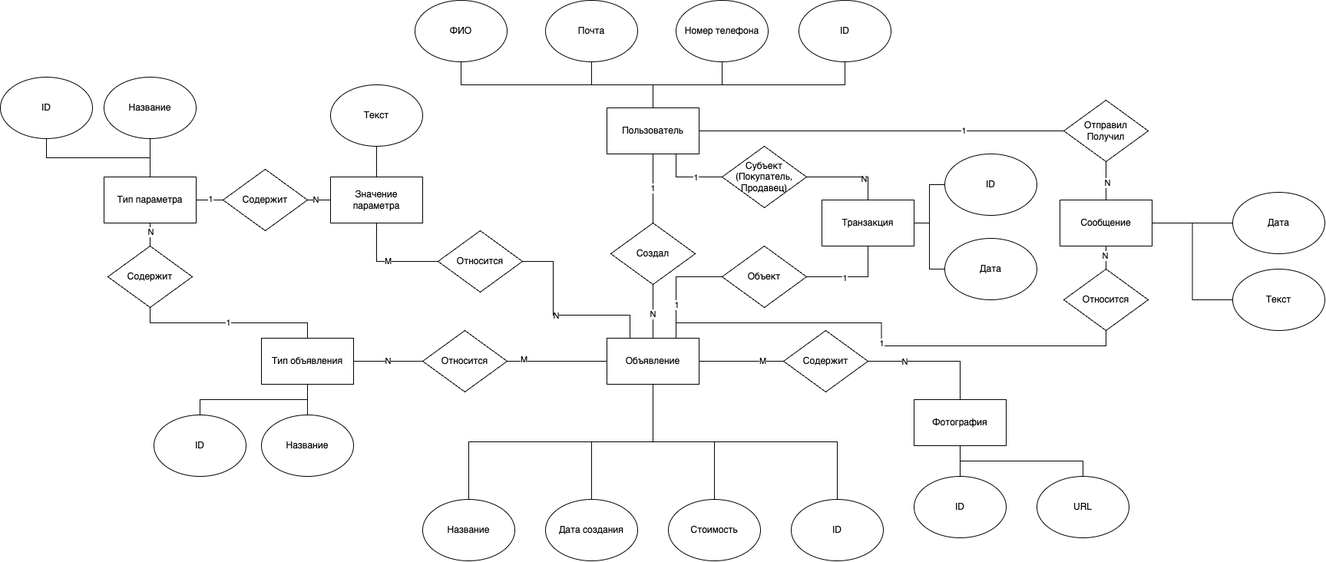
Above: docs/img/er.png in Holodome/maweituo (draw.io), before the change. Source tidied: cells renumbered, new cells last; positions are measured from the earlier drawing's top-left corner, leaving out a move shared by most shapes.
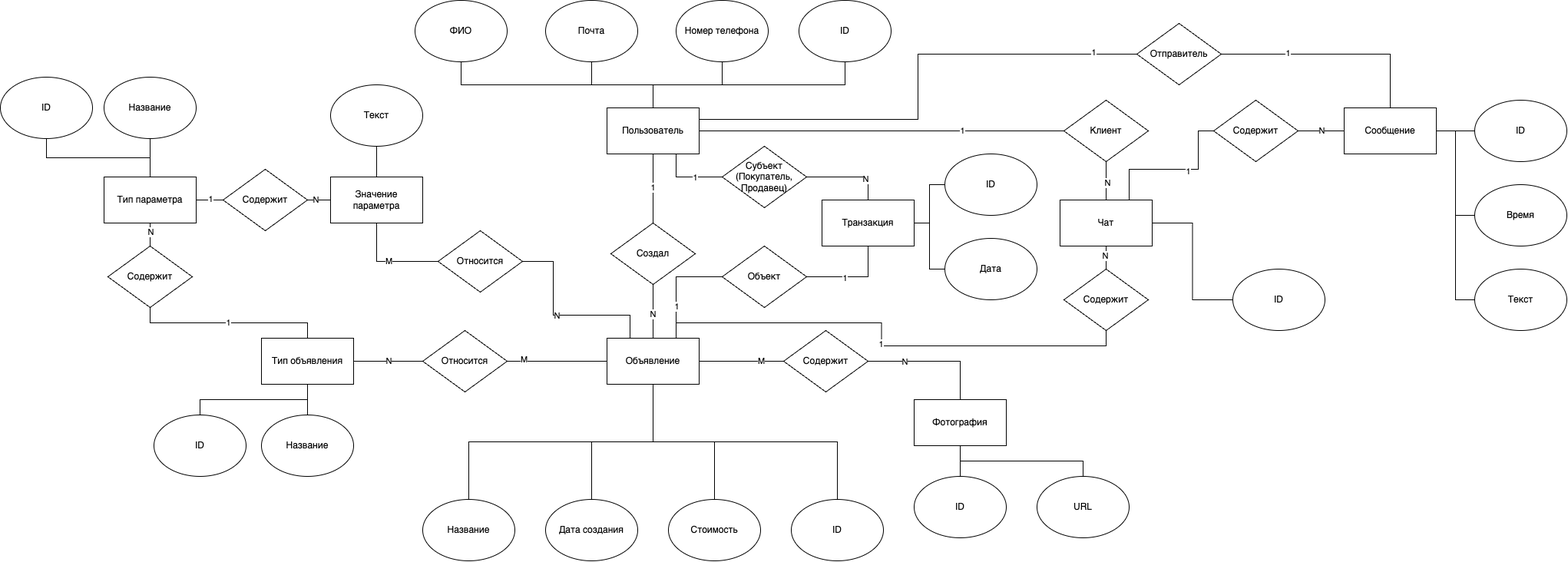
Above is the later version.

The edit, as a diff of the source:
```diff
@@ -17,6 +17,12 @@
     <mxCell id="6" value="1" style="edgeLabel;html=1;align=center;verticalAlign=middle;" parent="5" vertex="1">
       <mxGeometry x="0.2" relative="1" as="geometry" />
     </mxCell>
+    <mxCell id="94" style="edgeStyle=orthogonalEdgeStyle;rounded=0;html=1;exitX=1;exitY=0.25;exitDx=0;exitDy=0;entryX=0;entryY=0.5;entryDx=0;entryDy=0;endArrow=none;endFill=0;" parent="1" edge="1" source="7" target="109">
+      <mxGeometry relative="1" as="geometry" />
+    </mxCell>
+    <mxCell id="95" value="1" style="edgeLabel;html=1;align=center;verticalAlign=middle;" parent="94" vertex="1">
+      <mxGeometry x="0.82" y="3" relative="1" as="geometry" />
+    </mxCell>
     <mxCell id="7" value="Пользователь" style="rounded=0;whiteSpace=wrap;html=1;" parent="1" vertex="1">
       <mxGeometry x="790" y="140" width="120" height="60" as="geometry" />
     </mxCell>
@@ -155,7 +161,19 @@
     <mxCell id="50" value="URL" style="ellipse;whiteSpace=wrap;html=1;" parent="1" vertex="1">
       <mxGeometry x="1350" y="620" width="120" height="80" as="geometry" />
     </mxCell>
+    <mxCell id="96" style="edgeStyle=orthogonalEdgeStyle;html=1;exitX=0.75;exitY=0;exitDx=0;exitDy=0;entryX=0;entryY=0.5;entryDx=0;entryDy=0;rounded=0;endArrow=none;endFill=0;" parent="1" edge="1" source="51" target="99">
+      <mxGeometry relative="1" as="geometry">
+        <Array as="points">
+          <mxPoint x="1470" y="220" />
+          <mxPoint x="1560" y="220" />
+          <mxPoint x="1560" y="170" />
+        </Array>
+      </mxGeometry>
+    </mxCell>
+    <mxCell id="97" value="1" style="edgeLabel;html=1;align=center;verticalAlign=middle;" parent="96" vertex="1">
+      <mxGeometry x="0.16" y="-2" relative="1" as="geometry" />
+    </mxCell>
-    <mxCell id="51" value="Сообщение" style="rounded=0;whiteSpace=wrap;html=1;" parent="1" vertex="1">
+    <mxCell id="51" value="Чат" style="rounded=0;whiteSpace=wrap;html=1;" parent="1" vertex="1">
       <mxGeometry x="1380" y="260" width="120" height="60" as="geometry" />
     </mxCell>
     <mxCell id="52" style="edgeStyle=orthogonalEdgeStyle;rounded=0;jettySize=auto;html=1;exitX=0.5;exitY=1;exitDx=0;exitDy=0;entryX=0.5;entryY=0;entryDx=0;entryDy=0;endArrow=none;endFill=0;" parent="1" edge="1" source="54" target="51">
@@ -164,7 +182,7 @@
     <mxCell id="53" value="N" style="edgeLabel;html=1;align=center;verticalAlign=middle;" parent="52" vertex="1">
       <mxGeometry x="0.1" y="1" relative="1" as="geometry" />
     </mxCell>
-    <mxCell id="54" value="Отправил&lt;div&gt;Получил&lt;/div&gt;" style="rhombus;whiteSpace=wrap;html=1;" parent="1" vertex="1">
+    <mxCell id="54" value="Клиент" style="rhombus;whiteSpace=wrap;html=1;" parent="1" vertex="1">
       <mxGeometry x="1385" y="130" width="110" height="80" as="geometry" />
     </mxCell>
     <mxCell id="55" style="edgeStyle=orthogonalEdgeStyle;rounded=0;jettySize=auto;html=1;exitX=0.5;exitY=0;exitDx=0;exitDy=0;entryX=0.5;entryY=1;entryDx=0;entryDy=0;endArrow=none;endFill=0;" parent="1" edge="1" source="57" target="51">
@@ -173,21 +191,15 @@
     <mxCell id="56" value="N" style="edgeLabel;html=1;align=center;verticalAlign=middle;" parent="55" vertex="1">
       <mxGeometry x="0.24" y="2" relative="1" as="geometry" />
     </mxCell>
-    <mxCell id="57" value="Относится" style="rhombus;whiteSpace=wrap;html=1;" parent="1" vertex="1">
+    <mxCell id="57" value="Содержит" style="rhombus;whiteSpace=wrap;html=1;" parent="1" vertex="1">
       <mxGeometry x="1385" y="350" width="110" height="80" as="geometry" />
     </mxCell>
     <mxCell id="58" style="edgeStyle=orthogonalEdgeStyle;rounded=0;jettySize=auto;html=1;exitX=0;exitY=0.5;exitDx=0;exitDy=0;entryX=1;entryY=0.5;entryDx=0;entryDy=0;endArrow=none;endFill=0;" parent="1" edge="1" source="59" target="51">
       <mxGeometry relative="1" as="geometry" />
     </mxCell>
-    <mxCell id="59" value="Текст" style="ellipse;whiteSpace=wrap;html=1;" parent="1" vertex="1">
+    <mxCell id="59" value="ID" style="ellipse;whiteSpace=wrap;html=1;" parent="1" vertex="1">
       <mxGeometry x="1605" y="350" width="120" height="80" as="geometry" />
     </mxCell>
-    <mxCell id="60" style="edgeStyle=orthogonalEdgeStyle;rounded=0;jettySize=auto;html=1;exitX=0;exitY=0.5;exitDx=0;exitDy=0;entryX=1;entryY=0.5;entryDx=0;entryDy=0;endArrow=none;endFill=0;" parent="1" edge="1" source="61" target="51">
-      <mxGeometry relative="1" as="geometry" />
-    </mxCell>
-    <mxCell id="61" value="Дата" style="ellipse;whiteSpace=wrap;html=1;" parent="1" vertex="1">
-      <mxGeometry x="1605" y="250" width="120" height="80" as="geometry" />
-    </mxCell>
     <mxCell id="62" style="edgeStyle=orthogonalEdgeStyle;rounded=0;jettySize=auto;html=1;exitX=0.5;exitY=1;exitDx=0;exitDy=0;entryX=0.5;entryY=0;entryDx=0;entryDy=0;endArrow=none;endFill=0;" parent="1" edge="1" source="68" target="70">
       <mxGeometry relative="1" as="geometry" />
     </mxCell>
@@ -286,5 +298,41 @@
     <mxCell id="93" value="Дата" style="ellipse;whiteSpace=wrap;html=1;" parent="1" vertex="1">
       <mxGeometry x="1230" y="310" width="120" height="80" as="geometry" />
     </mxCell>
+    <mxCell id="98" value="N" style="edgeStyle=orthogonalEdgeStyle;rounded=0;html=1;exitX=1;exitY=0.5;exitDx=0;exitDy=0;endArrow=none;endFill=0;" parent="1" edge="1" source="99" target="103">
+      <mxGeometry relative="1" as="geometry" />
+    </mxCell>
+    <mxCell id="99" value="Содержит" style="rhombus;whiteSpace=wrap;html=1;" parent="1" vertex="1">
+      <mxGeometry x="1580" y="130" width="110" height="80" as="geometry" />
+    </mxCell>
+    <mxCell id="100" style="edgeStyle=orthogonalEdgeStyle;rounded=0;html=1;exitX=1;exitY=0.5;exitDx=0;exitDy=0;endArrow=none;endFill=0;" parent="1" edge="1" source="103" target="104">
+      <mxGeometry relative="1" as="geometry" />
+    </mxCell>
+    <mxCell id="101" style="edgeStyle=orthogonalEdgeStyle;rounded=0;html=1;exitX=0.5;exitY=0;exitDx=0;exitDy=0;entryX=1;entryY=0.5;entryDx=0;entryDy=0;endArrow=none;endFill=0;" parent="1" edge="1" source="103" target="109">
+      <mxGeometry relative="1" as="geometry" />
+    </mxCell>
+    <mxCell id="102" value="1" style="edgeLabel;html=1;align=center;verticalAlign=middle;" parent="101" vertex="1">
+      <mxGeometry x="0.41" y="-2" relative="1" as="geometry" />
+    </mxCell>
+    <mxCell id="103" value="Сообщение" style="rounded=0;whiteSpace=wrap;html=1;" parent="1" vertex="1">
+      <mxGeometry x="1750" y="140" width="120" height="60" as="geometry" />
+    </mxCell>
+    <mxCell id="104" value="ID" style="ellipse;whiteSpace=wrap;html=1;" parent="1" vertex="1">
+      <mxGeometry x="1920" y="130" width="120" height="80" as="geometry" />
+    </mxCell>
+    <mxCell id="105" style="edgeStyle=orthogonalEdgeStyle;rounded=0;html=1;exitX=0;exitY=0.5;exitDx=0;exitDy=0;entryX=1;entryY=0.5;entryDx=0;entryDy=0;endArrow=none;endFill=0;" parent="1" edge="1" source="106" target="103">
+      <mxGeometry relative="1" as="geometry" />
+    </mxCell>
+    <mxCell id="106" value="Время" style="ellipse;whiteSpace=wrap;html=1;" parent="1" vertex="1">
+      <mxGeometry x="1920" y="240" width="120" height="80" as="geometry" />
+    </mxCell>
+    <mxCell id="107" style="edgeStyle=orthogonalEdgeStyle;rounded=0;html=1;exitX=0;exitY=0.5;exitDx=0;exitDy=0;entryX=1;entryY=0.5;entryDx=0;entryDy=0;endArrow=none;endFill=0;" parent="1" edge="1" source="108" target="103">
+      <mxGeometry relative="1" as="geometry" />
+    </mxCell>
+    <mxCell id="108" value="Текст" style="ellipse;whiteSpace=wrap;html=1;" parent="1" vertex="1">
+      <mxGeometry x="1920" y="350" width="120" height="80" as="geometry" />
+    </mxCell>
+    <mxCell id="109" value="Отправитель" style="rhombus;whiteSpace=wrap;html=1;" parent="1" vertex="1">
+      <mxGeometry x="1480" y="30" width="110" height="80" as="geometry" />
+    </mxCell>
   </root>
 </mxGraphModel>
```
